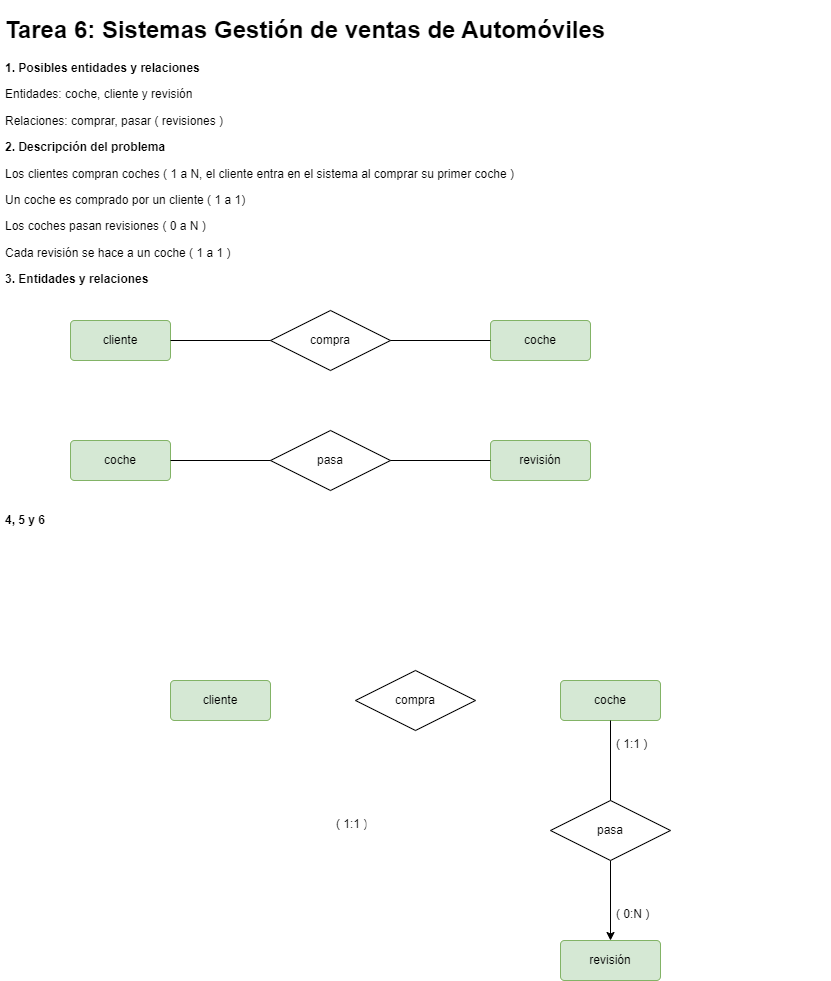
Above: tarea6.png in javigh193/bae (draw.io), before the change. Source tidied: cells renumbered, new cells last; positions are measured from the earlier drawing's top-left corner, leaving out a move shared by most shapes.
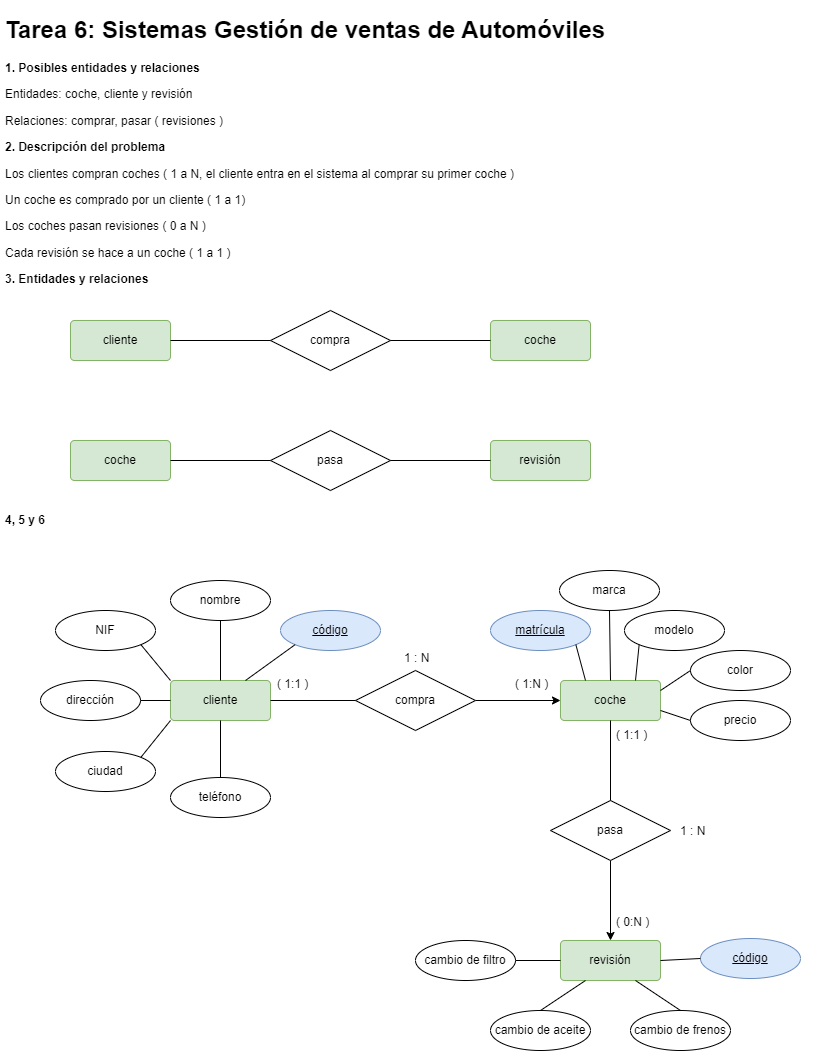
Above is the later version.

Change to the diagram source:
```diff
@@ -41,6 +41,9 @@
     <mxCell id="14" value="cliente" style="rounded=1;arcSize=10;whiteSpace=wrap;html=1;align=center;fillColor=#d5e8d4;strokeColor=#82b366;" parent="1" vertex="1">
       <mxGeometry x="170" y="670" width="100" height="40" as="geometry" />
     </mxCell>
+    <mxCell id="24" style="edgeStyle=orthogonalEdgeStyle;rounded=0;jettySize=auto;html=1;entryX=0;entryY=0.5;entryDx=0;entryDy=0;" parent="1" edge="1" source="15" target="16">
+      <mxGeometry relative="1" as="geometry" />
+    </mxCell>
     <mxCell id="15" value="compra" style="shape=rhombus;perimeter=rhombusPerimeter;whiteSpace=wrap;html=1;align=center;" parent="1" vertex="1">
       <mxGeometry x="355" y="660" width="120" height="60" as="geometry" />
     </mxCell>
@@ -60,13 +63,115 @@
       <mxGeometry relative="1" as="geometry" />
     </mxCell>
     <mxCell id="21" value="( 1:1 )" style="text;strokeColor=none;fillColor=none;spacingLeft=4;spacingRight=4;overflow=hidden;fontSize=12;" parent="1" vertex="1">
-      <mxGeometry x="330" y="800" width="40" height="30" as="geometry" />
+      <mxGeometry x="271" y="660" width="50" height="30" as="geometry" />
     </mxCell>
     <mxCell id="22" value="( 0:N )" style="text;strokeColor=none;fillColor=none;spacingLeft=4;spacingRight=4;overflow=hidden;fontSize=12;" parent="1" vertex="1">
-      <mxGeometry x="610" y="890" width="50" height="30" as="geometry" />
+      <mxGeometry x="610" y="898" width="50" height="30" as="geometry" />
     </mxCell>
     <mxCell id="23" value="( 1:1 )" style="text;strokeColor=none;fillColor=none;spacingLeft=4;spacingRight=4;overflow=hidden;fontSize=12;" parent="1" vertex="1">
-      <mxGeometry x="610" y="720" width="50" height="30" as="geometry" />
+      <mxGeometry x="610" y="711" width="50" height="30" as="geometry" />
     </mxCell>
+    <mxCell id="25" style="endArrow=none;html=1;rounded=0;exitX=1;exitY=0.5;exitDx=0;exitDy=0;entryX=0;entryY=0.5;entryDx=0;entryDy=0;" parent="1" edge="1" source="14" target="15">
+      <mxGeometry relative="1" as="geometry" />
+    </mxCell>
+    <mxCell id="26" value="( 1:N )" style="text;strokeColor=none;fillColor=none;spacingLeft=4;spacingRight=4;overflow=hidden;fontSize=12;" parent="1" vertex="1">
+      <mxGeometry x="509" y="660" width="50" height="30" as="geometry" />
+    </mxCell>
+    <mxCell id="27" value="1 : N" style="text;strokeColor=none;fillColor=none;spacingLeft=4;spacingRight=4;overflow=hidden;fontSize=12;" parent="1" vertex="1">
+      <mxGeometry x="674" y="807" width="50" height="30" as="geometry" />
+    </mxCell>
+    <mxCell id="28" value="1 : N" style="text;strokeColor=none;fillColor=none;spacingLeft=4;spacingRight=4;overflow=hidden;fontSize=12;" parent="1" vertex="1">
+      <mxGeometry x="398" y="634" width="50" height="30" as="geometry" />
+    </mxCell>
+    <mxCell id="29" value="&lt;u&gt;matrícula&lt;/u&gt;" style="ellipse;whiteSpace=wrap;html=1;align=center;fillColor=#dae8fc;strokeColor=#6c8ebf;" parent="1" vertex="1">
+      <mxGeometry x="490" y="600" width="100" height="40" as="geometry" />
+    </mxCell>
+    <mxCell id="30" value="marca" style="ellipse;whiteSpace=wrap;html=1;align=center;" parent="1" vertex="1">
+      <mxGeometry x="559" y="560" width="100" height="40" as="geometry" />
+    </mxCell>
+    <mxCell id="31" value="modelo" style="ellipse;whiteSpace=wrap;html=1;align=center;" parent="1" vertex="1">
+      <mxGeometry x="624" y="600" width="100" height="40" as="geometry" />
+    </mxCell>
+    <mxCell id="32" value="color" style="ellipse;whiteSpace=wrap;html=1;align=center;" parent="1" vertex="1">
+      <mxGeometry x="690" y="640" width="100" height="40" as="geometry" />
+    </mxCell>
+    <mxCell id="33" value="precio" style="ellipse;whiteSpace=wrap;html=1;align=center;" parent="1" vertex="1">
+      <mxGeometry x="690" y="690" width="100" height="40" as="geometry" />
+    </mxCell>
+    <mxCell id="34" style="endArrow=none;html=1;rounded=0;exitX=1;exitY=1;exitDx=0;exitDy=0;entryX=0.25;entryY=0;entryDx=0;entryDy=0;" parent="1" edge="1" source="29" target="16">
+      <mxGeometry relative="1" as="geometry" />
+    </mxCell>
+    <mxCell id="35" style="endArrow=none;html=1;rounded=0;exitX=0.5;exitY=1;exitDx=0;exitDy=0;entryX=0.5;entryY=0;entryDx=0;entryDy=0;" parent="1" edge="1" source="30" target="16">
+      <mxGeometry relative="1" as="geometry" />
+    </mxCell>
+    <mxCell id="36" style="endArrow=none;html=1;rounded=0;exitX=0;exitY=1;exitDx=0;exitDy=0;entryX=0.75;entryY=0;entryDx=0;entryDy=0;" parent="1" edge="1" source="31" target="16">
+      <mxGeometry relative="1" as="geometry" />
+    </mxCell>
+    <mxCell id="37" style="endArrow=none;html=1;rounded=0;exitX=0;exitY=0.5;exitDx=0;exitDy=0;entryX=1;entryY=0.25;entryDx=0;entryDy=0;" parent="1" edge="1" source="32" target="16">
+      <mxGeometry relative="1" as="geometry" />
+    </mxCell>
+    <mxCell id="38" style="endArrow=none;html=1;rounded=0;exitX=1;exitY=0.75;exitDx=0;exitDy=0;entryX=0;entryY=0.5;entryDx=0;entryDy=0;" parent="1" edge="1" source="16" target="33">
+      <mxGeometry relative="1" as="geometry" />
+    </mxCell>
+    <mxCell id="39" value="&lt;u&gt;código&lt;/u&gt;" style="ellipse;whiteSpace=wrap;html=1;align=center;fillColor=#dae8fc;strokeColor=#6c8ebf;" parent="1" vertex="1">
+      <mxGeometry x="280" y="600" width="100" height="40" as="geometry" />
+    </mxCell>
+    <mxCell id="40" value="NIF" style="ellipse;whiteSpace=wrap;html=1;align=center;" parent="1" vertex="1">
+      <mxGeometry x="55" y="600" width="100" height="40" as="geometry" />
+    </mxCell>
+    <mxCell id="41" value="nombre" style="ellipse;whiteSpace=wrap;html=1;align=center;" parent="1" vertex="1">
+      <mxGeometry x="170" y="570" width="100" height="40" as="geometry" />
+    </mxCell>
+    <mxCell id="42" value="dirección" style="ellipse;whiteSpace=wrap;html=1;align=center;" parent="1" vertex="1">
+      <mxGeometry x="40" y="670" width="100" height="40" as="geometry" />
+    </mxCell>
+    <mxCell id="43" value="ciudad" style="ellipse;whiteSpace=wrap;html=1;align=center;" parent="1" vertex="1">
+      <mxGeometry x="55" y="741" width="100" height="40" as="geometry" />
+    </mxCell>
+    <mxCell id="44" value="teléfono" style="ellipse;whiteSpace=wrap;html=1;align=center;" parent="1" vertex="1">
+      <mxGeometry x="170" y="767" width="100" height="40" as="geometry" />
+    </mxCell>
+    <mxCell id="45" style="endArrow=none;html=1;rounded=0;exitX=0;exitY=1;exitDx=0;exitDy=0;entryX=0.75;entryY=0;entryDx=0;entryDy=0;" parent="1" edge="1" source="39" target="14">
+      <mxGeometry relative="1" as="geometry" />
+    </mxCell>
+    <mxCell id="46" style="endArrow=none;html=1;rounded=0;exitX=0.5;exitY=1;exitDx=0;exitDy=0;entryX=0.5;entryY=0;entryDx=0;entryDy=0;" parent="1" edge="1" source="41" target="14">
+      <mxGeometry relative="1" as="geometry" />
+    </mxCell>
+    <mxCell id="47" style="endArrow=none;html=1;rounded=0;exitX=1;exitY=1;exitDx=0;exitDy=0;entryX=0;entryY=0;entryDx=0;entryDy=0;" parent="1" edge="1" source="40" target="14">
+      <mxGeometry relative="1" as="geometry" />
+    </mxCell>
+    <mxCell id="48" style="endArrow=none;html=1;rounded=0;entryX=0;entryY=0.5;entryDx=0;entryDy=0;exitX=1;exitY=0.5;exitDx=0;exitDy=0;" parent="1" edge="1" source="42" target="14">
+      <mxGeometry relative="1" as="geometry" />
+    </mxCell>
+    <mxCell id="49" style="endArrow=none;html=1;rounded=0;exitX=1;exitY=0;exitDx=0;exitDy=0;entryX=0;entryY=1;entryDx=0;entryDy=0;" parent="1" edge="1" source="43" target="14">
+      <mxGeometry relative="1" as="geometry" />
+    </mxCell>
+    <mxCell id="50" style="endArrow=none;html=1;rounded=0;exitX=0.5;exitY=1;exitDx=0;exitDy=0;entryX=0.5;entryY=0;entryDx=0;entryDy=0;" parent="1" edge="1" source="14" target="44">
+      <mxGeometry relative="1" as="geometry" />
+    </mxCell>
+    <mxCell id="51" value="&lt;u&gt;código&lt;/u&gt;" style="ellipse;whiteSpace=wrap;html=1;align=center;fillColor=#dae8fc;strokeColor=#6c8ebf;" parent="1" vertex="1">
+      <mxGeometry x="700" y="928" width="100" height="40" as="geometry" />
+    </mxCell>
+    <mxCell id="52" value="cambio de filtro" style="ellipse;whiteSpace=wrap;html=1;align=center;" parent="1" vertex="1">
+      <mxGeometry x="415" y="930" width="100" height="40" as="geometry" />
+    </mxCell>
+    <mxCell id="53" value="cambio de aceite" style="ellipse;whiteSpace=wrap;html=1;align=center;" parent="1" vertex="1">
+      <mxGeometry x="490" y="1000" width="100" height="40" as="geometry" />
+    </mxCell>
+    <mxCell id="54" value="cambio de frenos" style="ellipse;whiteSpace=wrap;html=1;align=center;" parent="1" vertex="1">
+      <mxGeometry x="630" y="1000" width="100" height="40" as="geometry" />
+    </mxCell>
+    <mxCell id="55" style="endArrow=none;html=1;rounded=0;entryX=0;entryY=0.5;entryDx=0;entryDy=0;exitX=1;exitY=0.5;exitDx=0;exitDy=0;" parent="1" edge="1" source="52" target="17">
+      <mxGeometry relative="1" as="geometry" />
+    </mxCell>
+    <mxCell id="56" style="endArrow=none;html=1;rounded=0;entryX=0;entryY=0.5;entryDx=0;entryDy=0;exitX=1;exitY=0.5;exitDx=0;exitDy=0;" parent="1" edge="1" source="17" target="51">
+      <mxGeometry relative="1" as="geometry" />
+    </mxCell>
+    <mxCell id="57" style="endArrow=none;html=1;rounded=0;entryX=0.25;entryY=1;entryDx=0;entryDy=0;exitX=0.5;exitY=0;exitDx=0;exitDy=0;" parent="1" edge="1" source="53" target="17">
+      <mxGeometry relative="1" as="geometry" />
+    </mxCell>
+    <mxCell id="58" style="endArrow=none;html=1;rounded=0;entryX=0.75;entryY=1;entryDx=0;entryDy=0;exitX=0.5;exitY=0;exitDx=0;exitDy=0;" parent="1" edge="1" source="54" target="17">
+      <mxGeometry relative="1" as="geometry" />
+    </mxCell>
   </root>
 </mxGraphModel>
```
